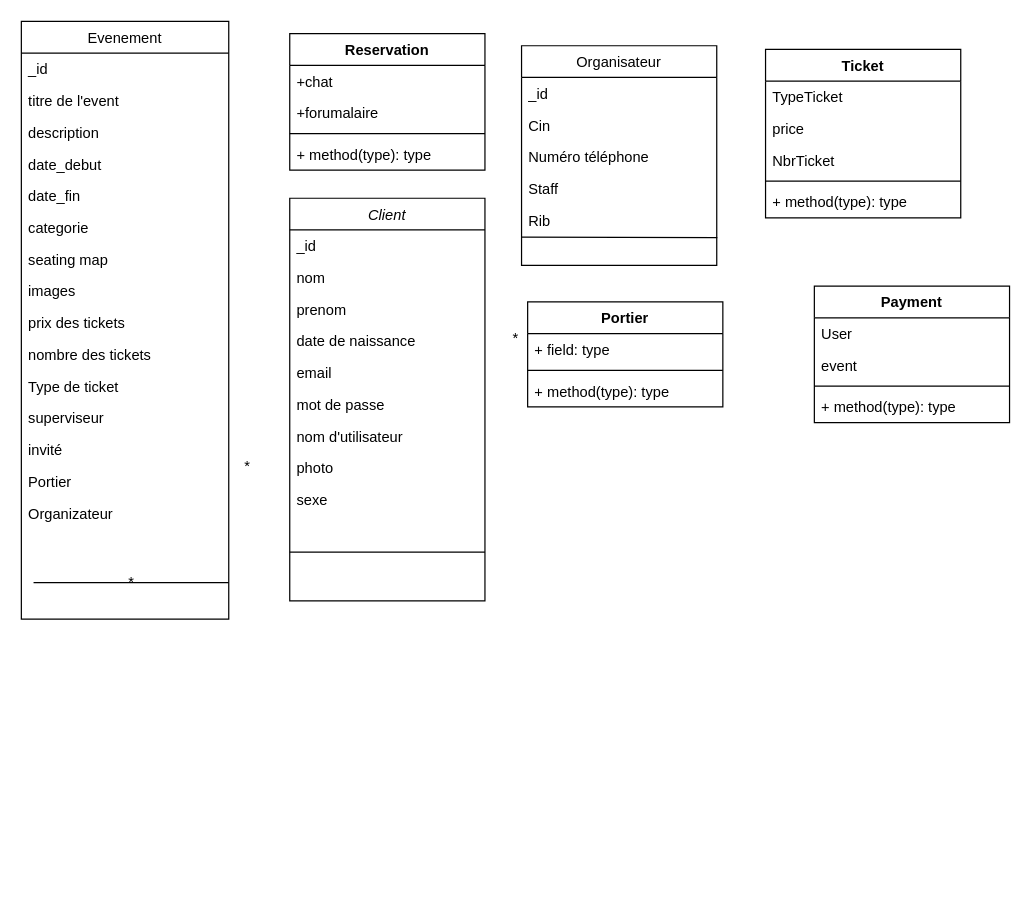
Above: Digram class.drawio in mohamedimem/event- (draw.io), before the change. Source tidied: cells renumbered, new cells numbered last; positions are measured from the earlier drawing's top-left corner, leaving out a move shared by most shapes. Both pictures are drawn from the tidied source at 122%, with x=0, y=0 at pixel (21, 21).
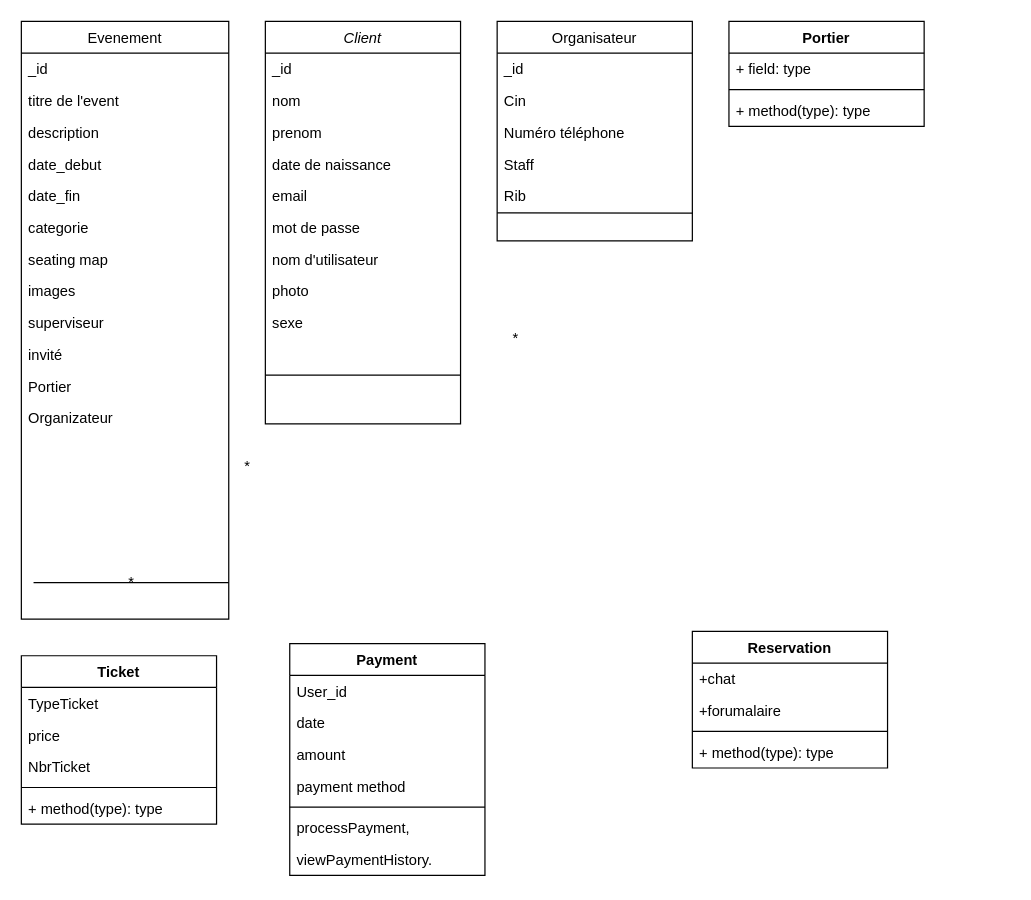
The same page after the edit.

Commit message:
Mettre à jour Digram class.drawio

Unchanged cells that the change refers to:
```xml
<mxCell id="20" value="Evenement" style="swimlane;fontStyle=0;align=center;verticalAlign=top;horizontal=1;startSize=26;rounded=0;shadow=0;strokeWidth=1;" parent="1" vertex="1">
  <mxGeometry width="170" height="490" as="geometry" />
</mxCell>
```

The edit, as a diff of the source:
```diff
@@
     <mxCell id="2" value="Client" style="swimlane;fontStyle=2;align=center;verticalAlign=top;horizontal=1;startSize=26;rounded=0;shadow=0;strokeWidth=1;" parent="1" vertex="1">
-      <mxGeometry x="220" y="145" width="160" height="330" as="geometry" />
+      <mxGeometry x="200" width="160" height="330" as="geometry" />
     </mxCell>
@@
     <mxCell id="13" value="Organisateur" style="swimlane;fontStyle=0;align=center;verticalAlign=top;horizontal=1;startSize=26;rounded=0;shadow=0;strokeWidth=1;" parent="1" vertex="1">
-      <mxGeometry x="410" y="20" width="160" height="180" as="geometry" />
+      <mxGeometry x="390" width="160" height="180" as="geometry" />
     </mxCell>
@@
-    <mxCell id="29" value="prix des tickets" style="text;align=left;verticalAlign=top;spacingLeft=4;spacingRight=4;overflow=hidden;" parent="20" vertex="1">
-      <mxGeometry y="234" width="170" height="26" as="geometry" />
-    </mxCell>
-    <mxCell id="30" value="nombre des tickets" style="text;align=left;verticalAlign=top;spacingLeft=4;spacingRight=4;overflow=hidden;" parent="20" vertex="1">
-      <mxGeometry y="260" width="170" height="26" as="geometry" />
-    </mxCell>
-    <mxCell id="31" value="Type de ticket" style="text;align=left;verticalAlign=top;spacingLeft=4;spacingRight=4;overflow=hidden;" parent="20" vertex="1">
-      <mxGeometry y="286" width="170" height="26" as="geometry" />
-    </mxCell>
     <mxCell id="32" value="superviseur" style="text;align=left;verticalAlign=top;spacingLeft=4;spacingRight=4;overflow=hidden;" parent="20" vertex="1">
-      <mxGeometry y="312" width="170" height="26" as="geometry" />
+      <mxGeometry y="234" width="170" height="26" as="geometry" />
     </mxCell>
     <mxCell id="33" value="invité" style="text;align=left;verticalAlign=top;spacingLeft=4;spacingRight=4;overflow=hidden;" parent="20" vertex="1">
-      <mxGeometry y="338" width="170" height="26" as="geometry" />
+      <mxGeometry y="260" width="170" height="26" as="geometry" />
     </mxCell>
     <mxCell id="34" value="Portier" style="text;align=left;verticalAlign=top;spacingLeft=4;spacingRight=4;overflow=hidden;" parent="20" vertex="1">
-      <mxGeometry y="364" width="170" height="26" as="geometry" />
+      <mxGeometry y="286" width="170" height="26" as="geometry" />
     </mxCell>
@@
     <mxCell id="36" value="Organizateur" style="text;align=left;verticalAlign=top;spacingLeft=4;spacingRight=4;overflow=hidden;" parent="20" vertex="1">
-      <mxGeometry y="390" width="170" height="40" as="geometry" />
+      <mxGeometry y="312" width="170" height="40" as="geometry" />
     </mxCell>
     <mxCell id="37" value="Reservation" style="swimlane;fontStyle=1;align=center;verticalAlign=top;horizontal=1;startSize=26;html=0;" parent="1" vertex="1">
-      <mxGeometry x="220" y="10" width="160" height="112" as="geometry" />
+      <mxGeometry x="550" y="500" width="160" height="112" as="geometry" />
     </mxCell>
@@
     <mxCell id="42" value="Portier" style="swimlane;fontStyle=1;align=center;verticalAlign=top;horizontal=1;startSize=26;html=0;" parent="1" vertex="1">
-      <mxGeometry x="415" y="230" width="160" height="86" as="geometry" />
+      <mxGeometry x="580" width="160" height="86" as="geometry" />
     </mxCell>
@@
     <mxCell id="49" value="Ticket" style="swimlane;fontStyle=1;align=center;verticalAlign=top;horizontal=1;startSize=26;" parent="1" vertex="1">
-      <mxGeometry x="610" y="23" width="160" height="138" as="geometry" />
+      <mxGeometry y="520" width="160" height="138" as="geometry" />
     </mxCell>
@@
     <mxCell id="55" value="Payment" style="swimlane;fontStyle=1;align=center;verticalAlign=top;horizontal=1;startSize=26;" parent="1" vertex="1">
-      <mxGeometry x="650" y="217" width="160" height="112" as="geometry" />
+      <mxGeometry x="220" y="510" width="160" height="190" as="geometry" />
     </mxCell>
-    <mxCell id="56" value="User&#10;" style="text;strokeColor=none;fillColor=none;align=left;verticalAlign=top;spacingLeft=4;spacingRight=4;overflow=hidden;" parent="55" vertex="1">
+    <mxCell id="56" value="User_id" style="text;strokeColor=none;fillColor=none;align=left;verticalAlign=top;spacingLeft=4;spacingRight=4;overflow=hidden;" parent="55" vertex="1">
       <mxGeometry y="26" width="160" height="26" as="geometry" />
     </mxCell>
-    <mxCell id="57" value="event" style="text;strokeColor=none;fillColor=none;align=left;verticalAlign=top;spacingLeft=4;spacingRight=4;overflow=hidden;" parent="55" vertex="1">
+    <mxCell id="57" value="date" style="text;strokeColor=none;fillColor=none;align=left;verticalAlign=top;spacingLeft=4;spacingRight=4;overflow=hidden;" parent="55" vertex="1">
       <mxGeometry y="52" width="160" height="26" as="geometry" />
     </mxCell>
+    <mxCell id="60" value="amount" style="text;strokeColor=none;fillColor=none;align=left;verticalAlign=top;spacingLeft=4;spacingRight=4;overflow=hidden;" parent="55" vertex="1">
+      <mxGeometry y="78" width="160" height="26" as="geometry" />
+    </mxCell>
+    <mxCell id="61" value="payment method&#10;" style="text;strokeColor=none;fillColor=none;align=left;verticalAlign=top;spacingLeft=4;spacingRight=4;overflow=hidden;" parent="55" vertex="1">
+      <mxGeometry y="104" width="160" height="26" as="geometry" />
+    </mxCell>
     <mxCell id="58" style="line;strokeWidth=1;fillColor=none;align=left;verticalAlign=middle;spacingTop=-1;spacingLeft=3;spacingRight=3;labelPosition=right;strokeColor=inherit;" parent="55" vertex="1">
-      <mxGeometry y="78" width="160" height="8" as="geometry" />
+      <mxGeometry y="130" width="160" height="8" as="geometry" />
     </mxCell>
-    <mxCell id="59" value="+ method(type): type" style="text;strokeColor=none;fillColor=none;align=left;verticalAlign=top;spacingLeft=4;spacingRight=4;overflow=hidden;" parent="55" vertex="1">
-      <mxGeometry y="86" width="160" height="26" as="geometry" />
+    <mxCell id="59" value="processPayment, " style="text;strokeColor=none;fillColor=none;align=left;verticalAlign=top;spacingLeft=4;spacingRight=4;overflow=hidden;" parent="55" vertex="1">
+      <mxGeometry y="138" width="160" height="26" as="geometry" />
     </mxCell>
+    <mxCell id="62" value="viewPaymentHistory.&#10;&#10;" style="text;strokeColor=none;fillColor=none;align=left;verticalAlign=top;spacingLeft=4;spacingRight=4;overflow=hidden;" parent="55" vertex="1">
+      <mxGeometry y="164" width="160" height="26" as="geometry" />
+    </mxCell>
```
